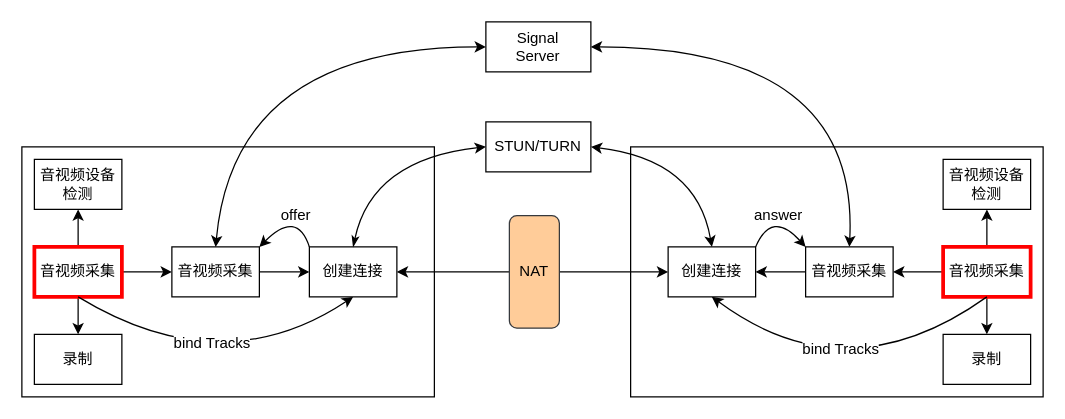
Earlier version of the draw.io diagram webrtc/webrtc.drawio (josek43326/draw.io). Source tidied: cells renumbered, new cells numbered last; positions are measured from the earlier drawing's top-left corner, leaving out a move shared by most shapes. Both pictures are drawn from the tidied source at 125%, with x=0, y=0 at pixel (21, 21).
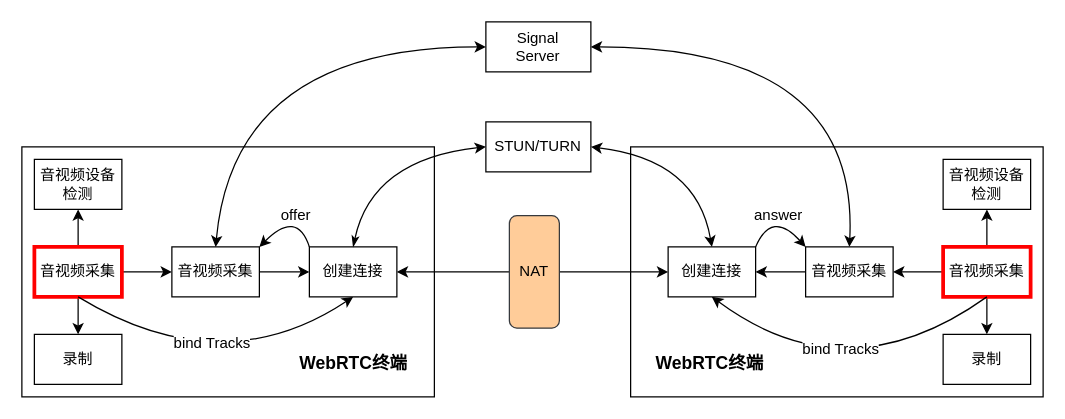
Above is the later version.

Diff of the diagram source:
```diff
@@
+    <mxCell id="39" value="&lt;font style=&quot;font-size: 14px;&quot;&gt;WebRTC终端&lt;/font&gt;" style="text;strokeColor=none;fillColor=none;html=1;fontSize=24;fontStyle=1;verticalAlign=middle;align=center;" parent="1" vertex="1">
+      <mxGeometry x="215" y="250" width="100" height="40" as="geometry" />
+    </mxCell>
+    <mxCell id="40" value="&lt;font style=&quot;font-size: 14px;&quot;&gt;WebRTC终端&lt;/font&gt;" style="text;strokeColor=none;fillColor=none;html=1;fontSize=24;fontStyle=1;verticalAlign=middle;align=center;" parent="1" vertex="1">
+      <mxGeometry x="500" y="250" width="100" height="40" as="geometry" />
+    </mxCell>
```
